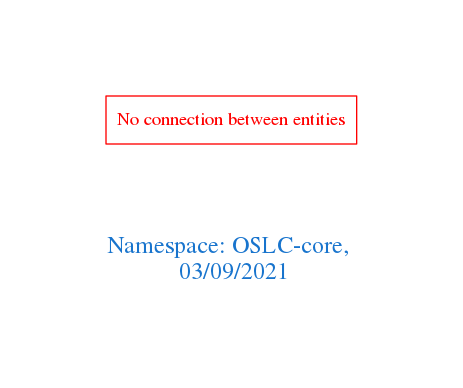
This is downloads/OSLC-core.png from arago/OGIT, a Graphviz export, as it was before one commit. Its source is kept beside it as downloads/OSLC-core.dot. Source of this version:
```dot
digraph OGIT_ontology {
 graph [ rankdir= LR,pad=1
fontsize = 18,
fontcolor= dodgerblue3,label = "\n\n\nNamespace: OSLC-core, \n 03/09/2021"];
node[shape=polygon];
edge [  color="gray81"];

"No connection between entities" [fontcolor = "red",color="red", shape="polygon"]
}
```
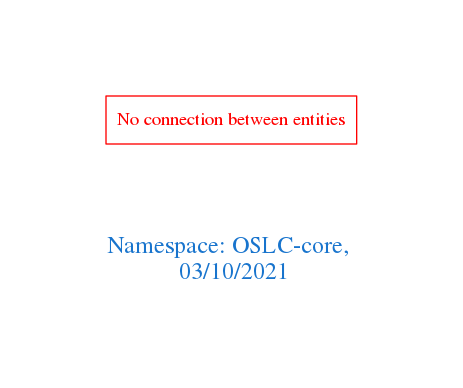
After the commit.

The edit, as a diff of the source:
```diff
@@ -1,7 +1,7 @@
 digraph OGIT_ontology {
  graph [ rankdir= LR,pad=1
 fontsize = 18,
-fontcolor= dodgerblue3,label = "\n\n\nNamespace: OSLC-core, \n 03/09/2021"];
+fontcolor= dodgerblue3,label = "\n\n\nNamespace: OSLC-core, \n 03/10/2021"];
 node[shape=polygon];
 edge [  color="gray81"];
 
```
